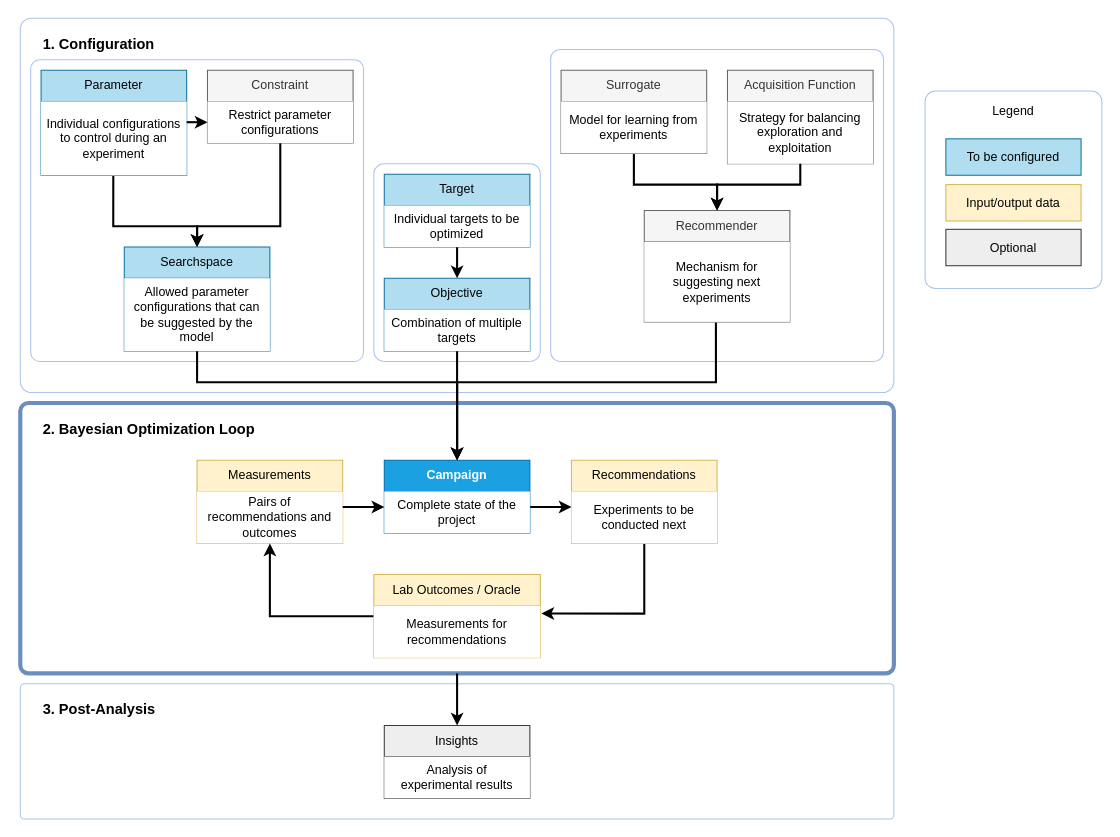
emdgroup/baybe keeps this draw.io diagram as docs/_static/api_overview.drawio. Above is the earlier version. Source tidied: cells renumbered, new cells numbered last; positions are measured from the earlier drawing's top-left corner, leaving out a move shared by most shapes. Both pictures are drawn from the tidied source at 104%, with x=0, y=0 at pixel (20, 18).
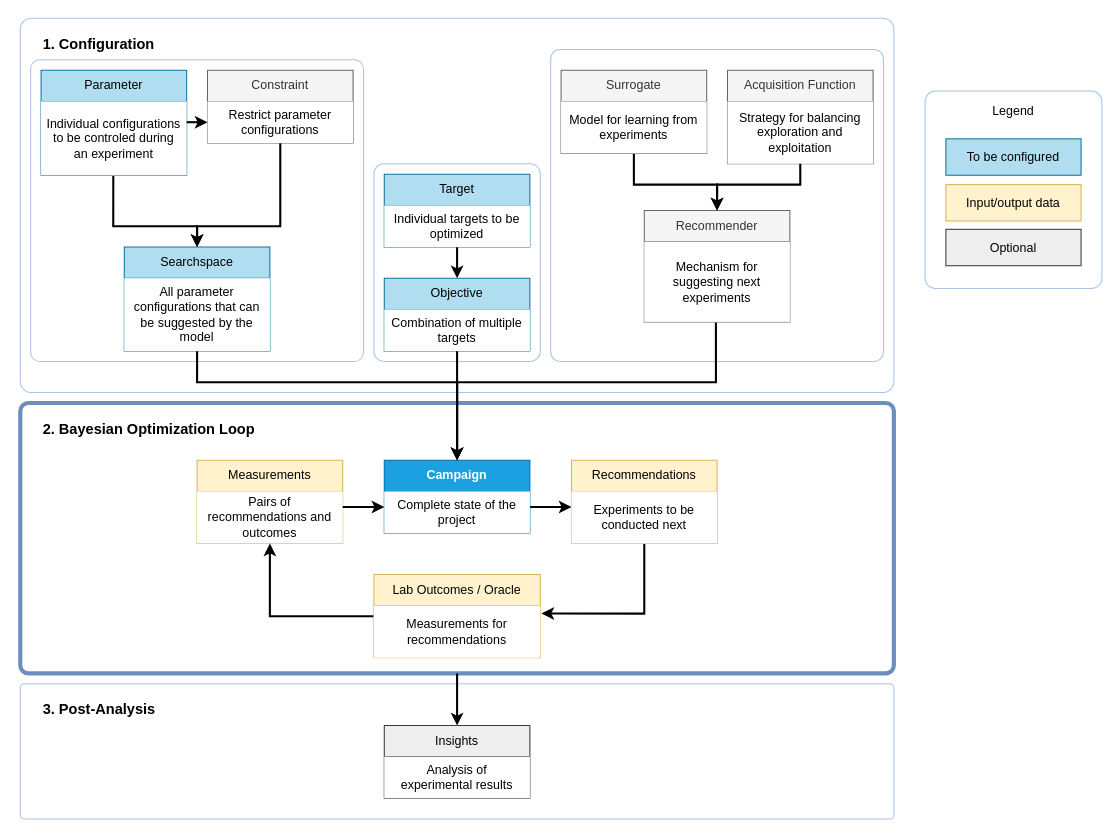
After the change.

The change refers to these unchanged cells:
```xml
<mxCell id="10" value="Searchspace" style="swimlane;fontStyle=0;horizontal=1;startSize=30;whiteSpace=wrap;html=1;fillColor=#b1ddf0;strokeColor=#10739e;" parent="1" vertex="1">
  <mxGeometry x="100" y="220" width="140" height="100" as="geometry" />
</mxCell>
<mxCell id="32" value="Parameter" style="swimlane;fontStyle=0;horizontal=1;startSize=30;whiteSpace=wrap;html=1;fillColor=#b1ddf0;strokeColor=#10739e;gradientDirection=radial;" parent="1" vertex="1">
  <mxGeometry x="20" y="50" width="140" height="101" as="geometry" />
</mxCell>
```

Diff of the diagram source:
```diff
@@
-    <mxCell id="11" value="Allowed parameter configurations that can be suggested by the model" style="text;strokeColor=none;fillColor=default;align=center;verticalAlign=middle;spacingLeft=4;spacingRight=4;overflow=hidden;whiteSpace=wrap;html=1;" parent="10" vertex="1">
+    <mxCell id="11" value="All parameter configurations that can be suggested by the model" style="text;strokeColor=none;fillColor=default;align=center;verticalAlign=middle;spacingLeft=4;spacingRight=4;overflow=hidden;whiteSpace=wrap;html=1;" parent="10" vertex="1">
       <mxGeometry y="30" width="140" height="70" as="geometry" />
     </mxCell>
@@
-    <mxCell id="33" value="Individual configurations to control during an experiment" style="text;strokeColor=none;fillColor=default;align=center;verticalAlign=middle;spacingLeft=4;spacingRight=4;overflow=hidden;points=[[0,0.5],[1,0.5]];portConstraint=eastwest;whiteSpace=wrap;html=1;" parent="32" vertex="1">
+    <mxCell id="33" value="Individual configurations to be controled during an experiment" style="text;strokeColor=none;fillColor=default;align=center;verticalAlign=middle;spacingLeft=4;spacingRight=4;overflow=hidden;points=[[0,0.5],[1,0.5]];portConstraint=eastwest;whiteSpace=wrap;html=1;" parent="32" vertex="1">
       <mxGeometry y="30" width="140" height="71" as="geometry" />
     </mxCell>
```
